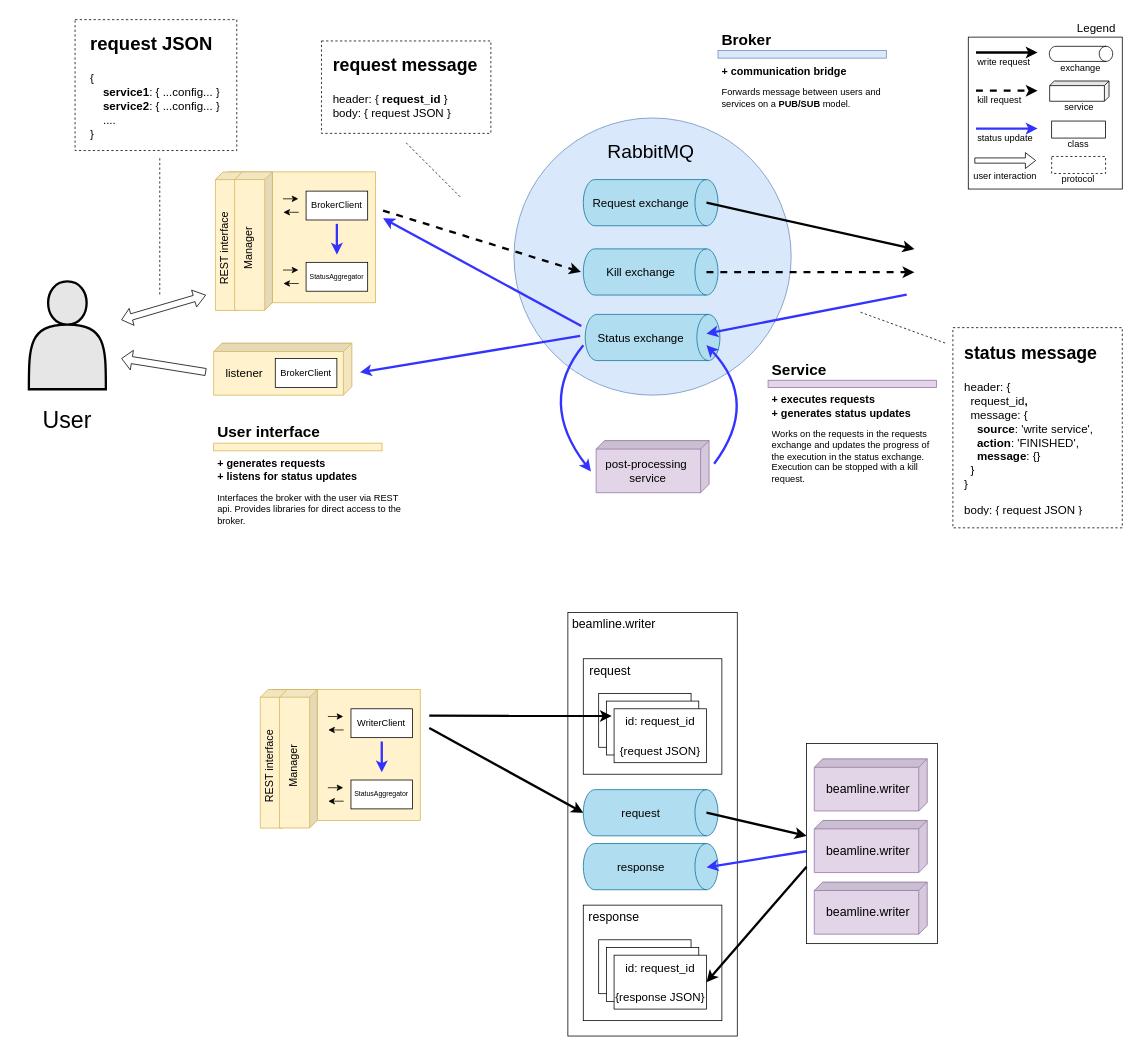
The draw.io diagram page "Page-9" (9 of 9) of docs/diagrams.drawio in paulscherrerinstitute/std_daq_service, before the edit. Source tidied: cells renumbered, new cells numbered last; positions are measured from the earlier drawing's top-left corner, leaving out a move shared by most shapes. Both pictures are drawn from the tidied source at 77%, with x=0, y=0 at pixel (13, 19).
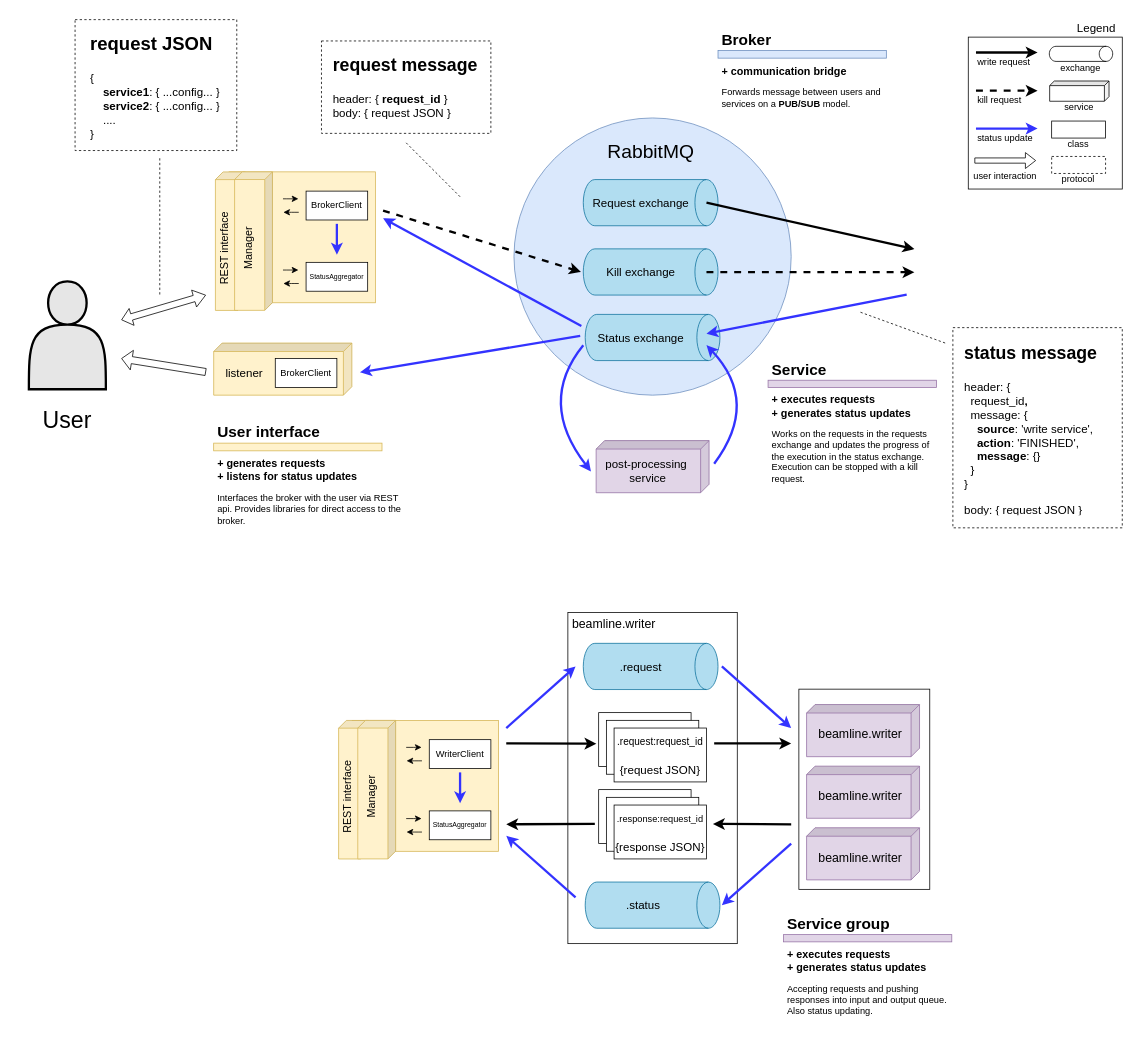
The same page after the edit.

Change to the diagram source:
```diff
@@
     <mxCell id="2" style="rounded=0;whiteSpace=wrap;html=1;" parent="1" vertex="1">
-      <mxGeometry x="720" y="770" width="220" height="550" as="geometry" />
+      <mxGeometry x="720" y="770" width="220" height="430" as="geometry" />
     </mxCell>
@@
     <mxCell id="102" style="group;" parent="1" vertex="1">
-      <mxGeometry x="740" y="1070" width="175" height="60" as="geometry" />
+      <mxGeometry x="742.5" y="1120" width="175" height="60" as="geometry" />
     </mxCell>
@@
-    <mxCell id="104" value="response" style="text;html=1;strokeColor=none;fillColor=none;align=center;verticalAlign=middle;whiteSpace=wrap;rounded=0;fontSize=15;fontColor=#000000;" parent="102" vertex="1">
+    <mxCell id="104" value=".status" style="text;html=1;strokeColor=none;fillColor=none;align=center;verticalAlign=middle;whiteSpace=wrap;rounded=0;fontSize=15;fontColor=#000000;" parent="102" vertex="1">
       <mxGeometry x="10.2" y="15" width="130" height="30" as="geometry" />
     </mxCell>
     <mxCell id="105" style="group;" parent="1" vertex="1">
-      <mxGeometry x="740" y="1000" width="175" height="60" as="geometry" />
+      <mxGeometry x="740" y="810" width="175" height="60" as="geometry" />
     </mxCell>
@@
-    <mxCell id="107" value="request" style="text;html=1;strokeColor=none;fillColor=none;align=center;verticalAlign=middle;whiteSpace=wrap;rounded=0;fontSize=15;fontColor=#000000;" parent="105" vertex="1">
+    <mxCell id="107" value=".request" style="text;html=1;strokeColor=none;fillColor=none;align=center;verticalAlign=middle;whiteSpace=wrap;rounded=0;fontSize=15;fontColor=#000000;" parent="105" vertex="1">
       <mxGeometry x="10.2" y="15" width="130" height="30" as="geometry" />
     </mxCell>
     <mxCell id="108" style="endArrow=classic;html=1;anchorPointDirection=0;strokeWidth=3;" parent="1" edge="1">
-      <mxGeometry x="473" y="1090" as="geometry">
-        <mxPoint x="900" y="1030" as="sourcePoint" />
-        <mxPoint x="1030" y="1060" as="targetPoint" />
+      <mxGeometry x="483" y="1000" as="geometry">
+        <mxPoint x="910" y="940" as="sourcePoint" />
+        <mxPoint x="1010" y="940" as="targetPoint" />
       </mxGeometry>
     </mxCell>
     <mxCell id="109" style="endArrow=classic;html=1;anchorPointDirection=0;strokeWidth=3;strokeColor=#3333FF;" parent="1" edge="1">
-      <mxGeometry x="473" y="972.8" as="geometry">
-        <mxPoint x="1030" y="1080" as="sourcePoint" />
-        <mxPoint x="900" y="1100.8" as="targetPoint" />
+      <mxGeometry x="83" y="792.8" as="geometry">
+        <mxPoint x="640" y="920" as="sourcePoint" />
+        <mxPoint x="730" y="840" as="targetPoint" />
       </mxGeometry>
     </mxCell>
@@
-    <mxCell id="111" style="group;" parent="1" vertex="1">
-      <mxGeometry x="740" y="830" width="180" height="150" as="geometry" />
-    </mxCell>
-    <mxCell id="112" style="rounded=0;whiteSpace=wrap;html=1;fontSize=16;" parent="111" vertex="1">
-      <mxGeometry width="180" height="150" as="geometry" />
-    </mxCell>
-    <mxCell id="113" value="request" style="text;html=1;strokeColor=none;fillColor=none;align=center;verticalAlign=middle;whiteSpace=wrap;rounded=0;fontSize=16;" parent="111" vertex="1">
-      <mxGeometry width="70" height="30" as="geometry" />
-    </mxCell>
-    <mxCell id="114" style="group;" parent="111" vertex="1">
-      <mxGeometry x="20" y="45" width="140" height="90" as="geometry" />
-    </mxCell>
-    <mxCell id="115" style="rounded=0;whiteSpace=wrap;html=1;fontSize=16;" parent="114" vertex="1">
-      <mxGeometry width="120" height="70" as="geometry" />
-    </mxCell>
-    <mxCell id="116" style="rounded=0;whiteSpace=wrap;html=1;fontSize=16;" parent="114" vertex="1">
-      <mxGeometry x="10" y="10" width="120" height="70" as="geometry" />
-    </mxCell>
-    <mxCell id="117" style="rounded=0;whiteSpace=wrap;html=1;fontSize=16;" parent="114" vertex="1">
-      <mxGeometry x="20" y="20" width="120" height="70" as="geometry" />
-    </mxCell>
-    <mxCell id="118" value="&lt;font style=&quot;font-size: 15px&quot;&gt;id: request_id&lt;br&gt;&lt;br&gt;{request JSON}&lt;/font&gt;" style="text;html=1;strokeColor=none;fillColor=none;align=center;verticalAlign=middle;whiteSpace=wrap;rounded=0;fontSize=16;" parent="114" vertex="1">
-      <mxGeometry x="20" y="20" width="120" height="70" as="geometry" />
-    </mxCell>
-    <mxCell id="119" style="group;" parent="1" vertex="1">
-      <mxGeometry x="740" y="1150" width="180" height="150" as="geometry" />
-    </mxCell>
-    <mxCell id="120" style="rounded=0;whiteSpace=wrap;html=1;fontSize=16;" parent="119" vertex="1">
-      <mxGeometry width="180" height="150" as="geometry" />
-    </mxCell>
-    <mxCell id="121" value="response" style="text;html=1;strokeColor=none;fillColor=none;align=center;verticalAlign=middle;whiteSpace=wrap;rounded=0;fontSize=16;" parent="119" vertex="1">
-      <mxGeometry width="80" height="30" as="geometry" />
-    </mxCell>
-    <mxCell id="122" style="group;" parent="119" vertex="1">
-      <mxGeometry x="20" y="45" width="140" height="90" as="geometry" />
-    </mxCell>
-    <mxCell id="123" style="rounded=0;whiteSpace=wrap;html=1;fontSize=16;" parent="122" vertex="1">
-      <mxGeometry width="120" height="70" as="geometry" />
-    </mxCell>
-    <mxCell id="124" style="rounded=0;whiteSpace=wrap;html=1;fontSize=16;" parent="122" vertex="1">
-      <mxGeometry x="10" y="10" width="120" height="70" as="geometry" />
-    </mxCell>
-    <mxCell id="125" style="rounded=0;whiteSpace=wrap;html=1;fontSize=16;" parent="122" vertex="1">
-      <mxGeometry x="20" y="20" width="120" height="70" as="geometry" />
-    </mxCell>
-    <mxCell id="126" value="&lt;font style=&quot;font-size: 15px&quot;&gt;id: request_id&lt;br&gt;&lt;br&gt;{response JSON}&lt;/font&gt;" style="text;html=1;strokeColor=none;fillColor=none;align=center;verticalAlign=middle;whiteSpace=wrap;rounded=0;fontSize=16;" parent="122" vertex="1">
-      <mxGeometry x="20" y="20" width="120" height="70" as="geometry" />
-    </mxCell>
     <mxCell id="127" style="group;" parent="1" vertex="1">
-      <mxGeometry x="1030" y="940" width="170" height="260" as="geometry" />
+      <mxGeometry x="1020" y="869.5" width="170" height="260" as="geometry" />
     </mxCell>
@@
     <mxCell id="138" style="group;" parent="1" vertex="1">
-      <mxGeometry x="318.3" y="870" width="210" height="179.9" as="geometry" />
+      <mxGeometry x="420" y="910.1" width="210" height="179.9" as="geometry" />
     </mxCell>
@@
+    <mxCell id="114" style="group;" parent="1" vertex="1">
+      <mxGeometry x="760" y="900" width="140" height="90" as="geometry" />
+    </mxCell>
+    <mxCell id="115" style="rounded=0;whiteSpace=wrap;html=1;fontSize=16;" parent="114" vertex="1">
+      <mxGeometry width="120" height="70" as="geometry" />
+    </mxCell>
+    <mxCell id="116" style="rounded=0;whiteSpace=wrap;html=1;fontSize=16;" parent="114" vertex="1">
+      <mxGeometry x="10" y="10" width="120" height="70" as="geometry" />
+    </mxCell>
+    <mxCell id="117" style="rounded=0;whiteSpace=wrap;html=1;fontSize=16;" parent="114" vertex="1">
+      <mxGeometry x="20" y="20" width="120" height="70" as="geometry" />
+    </mxCell>
+    <mxCell id="118" value="&lt;font&gt;&lt;font style=&quot;font-size: 13px&quot;&gt;.request:request_id&lt;/font&gt;&lt;br&gt;&lt;br&gt;&lt;span style=&quot;font-size: 15px&quot;&gt;{request JSON}&lt;/span&gt;&lt;/font&gt;" style="text;html=1;strokeColor=none;fillColor=none;align=center;verticalAlign=middle;whiteSpace=wrap;rounded=0;fontSize=16;" parent="114" vertex="1">
+      <mxGeometry x="20" y="20" width="120" height="70" as="geometry" />
+    </mxCell>
     <mxCell id="154" style="endArrow=classic;html=1;anchorPointDirection=0;strokeWidth=3;" parent="1" edge="1">
-      <mxGeometry x="620" y="974.3" as="geometry">
-        <mxPoint x="540" y="904" as="sourcePoint" />
-        <mxPoint x="777" y="904.3" as="targetPoint" />
+      <mxGeometry x="600" y="1010.3" as="geometry">
+        <mxPoint x="640" y="940" as="sourcePoint" />
+        <mxPoint x="757" y="940.3" as="targetPoint" />
       </mxGeometry>
     </mxCell>
+    <mxCell id="122" style="group;" parent="1" vertex="1">
+      <mxGeometry x="760" y="1000" width="140" height="90" as="geometry" />
+    </mxCell>
+    <mxCell id="123" style="rounded=0;whiteSpace=wrap;html=1;fontSize=16;" parent="122" vertex="1">
+      <mxGeometry width="120" height="70" as="geometry" />
+    </mxCell>
+    <mxCell id="124" style="rounded=0;whiteSpace=wrap;html=1;fontSize=16;" parent="122" vertex="1">
+      <mxGeometry x="10" y="10" width="120" height="70" as="geometry" />
+    </mxCell>
+    <mxCell id="125" style="rounded=0;whiteSpace=wrap;html=1;fontSize=16;" parent="122" vertex="1">
+      <mxGeometry x="20" y="20" width="120" height="70" as="geometry" />
+    </mxCell>
+    <mxCell id="126" value="&lt;font&gt;&lt;font style=&quot;font-size: 12px&quot;&gt;.response:request_id&lt;/font&gt;&lt;br&gt;&lt;br&gt;&lt;span style=&quot;font-size: 15px&quot;&gt;{response JSON}&lt;/span&gt;&lt;/font&gt;" style="text;html=1;strokeColor=none;fillColor=none;align=center;verticalAlign=middle;whiteSpace=wrap;rounded=0;fontSize=16;" parent="122" vertex="1">
+      <mxGeometry x="20" y="20" width="120" height="70" as="geometry" />
+    </mxCell>
     <mxCell id="155" style="endArrow=classic;html=1;anchorPointDirection=0;strokeWidth=3;" parent="1" edge="1">
-      <mxGeometry x="650" y="1000.3" as="geometry">
-        <mxPoint x="540" y="920" as="sourcePoint" />
-        <mxPoint x="740" y="1030" as="targetPoint" />
+      <mxGeometry x="865" y="1124.8" as="geometry">
+        <mxPoint x="755" y="1044.5" as="sourcePoint" />
+        <mxPoint x="640" y="1045" as="targetPoint" />
       </mxGeometry>
     </mxCell>
-    <mxCell id="156" style="endArrow=classic;html=1;anchorPointDirection=0;strokeWidth=3;entryX=1;entryY=0.5;entryDx=0;entryDy=0;" parent="1" edge="1" target="126">
-      <mxGeometry x="613" y="1310" as="geometry">
-        <mxPoint x="1030" y="1100" as="sourcePoint" />
-      </mxGeometry>
-    </mxCell>
+    <mxCell id="157" style="endArrow=classic;html=1;anchorPointDirection=0;strokeWidth=3;entryX=1;entryY=0.5;entryDx=0;entryDy=0;" parent="1" edge="1">
+      <mxGeometry x="621.3" y="1299.5" as="geometry">
+        <mxPoint x="1010" y="1045" as="sourcePoint" />
+        <mxPoint x="908.4" y="1044.5" as="targetPoint" />
+      </mxGeometry>
+    </mxCell>
+    <mxCell id="158" style="endArrow=classic;html=1;anchorPointDirection=0;strokeWidth=3;strokeColor=#3333FF;" parent="1" edge="1">
+      <mxGeometry x="363" y="712.8" as="geometry">
+        <mxPoint x="920" y="840" as="sourcePoint" />
+        <mxPoint x="1010" y="920" as="targetPoint" />
+      </mxGeometry>
+    </mxCell>
+    <mxCell id="159" style="endArrow=classic;html=1;anchorPointDirection=0;strokeWidth=3;strokeColor=#3333FF;" parent="1" edge="1">
+      <mxGeometry x="453" y="942.8" as="geometry">
+        <mxPoint x="1010" y="1070" as="sourcePoint" />
+        <mxPoint x="920" y="1150" as="targetPoint" />
+      </mxGeometry>
+    </mxCell>
+    <mxCell id="160" style="endArrow=classic;html=1;anchorPointDirection=0;strokeWidth=3;strokeColor=#3333FF;" parent="1" edge="1">
+      <mxGeometry x="173" y="1012.8" as="geometry">
+        <mxPoint x="730" y="1140" as="sourcePoint" />
+        <mxPoint x="640" y="1060" as="targetPoint" />
+      </mxGeometry>
+    </mxCell>
+    <mxCell id="161" style="group;" parent="1" vertex="1">
+      <mxGeometry x="1000" y="1160" width="220" height="170" as="geometry" />
+    </mxCell>
+    <mxCell id="162" value="&lt;h1 style=&quot;font-size: 14px&quot;&gt;&lt;font style=&quot;font-size: 14px&quot;&gt;+ executes requests&lt;br&gt;+ generates status updates&lt;/font&gt;&lt;/h1&gt;&lt;p&gt;Accepting requests and pushing responses into input and output queue. Also status updating.&lt;/p&gt;" style="text;html=1;strokeColor=none;fillColor=none;spacing=5;spacingTop=-20;whiteSpace=wrap;overflow=hidden;rounded=0;fontColor=#000000;" parent="161" vertex="1">
+      <mxGeometry y="47.2" width="220" height="122.8" as="geometry" />
+    </mxCell>
+    <mxCell id="163" style="rounded=0;whiteSpace=wrap;html=1;fillColor=#e1d5e7;strokeColor=#9673a6;" parent="161" vertex="1">
+      <mxGeometry y="28.3" width="218.6" height="9.4" as="geometry" />
+    </mxCell>
+    <mxCell id="164" value="&lt;font style=&quot;font-size: 20px&quot;&gt;Service group&lt;/font&gt;" style="text;html=1;strokeColor=none;fillColor=none;align=left;verticalAlign=middle;whiteSpace=wrap;rounded=0;fontColor=#000000;fontStyle=1;" parent="161" vertex="1">
+      <mxGeometry x="2.8" width="213" height="28.3" as="geometry" />
+    </mxCell>
```
